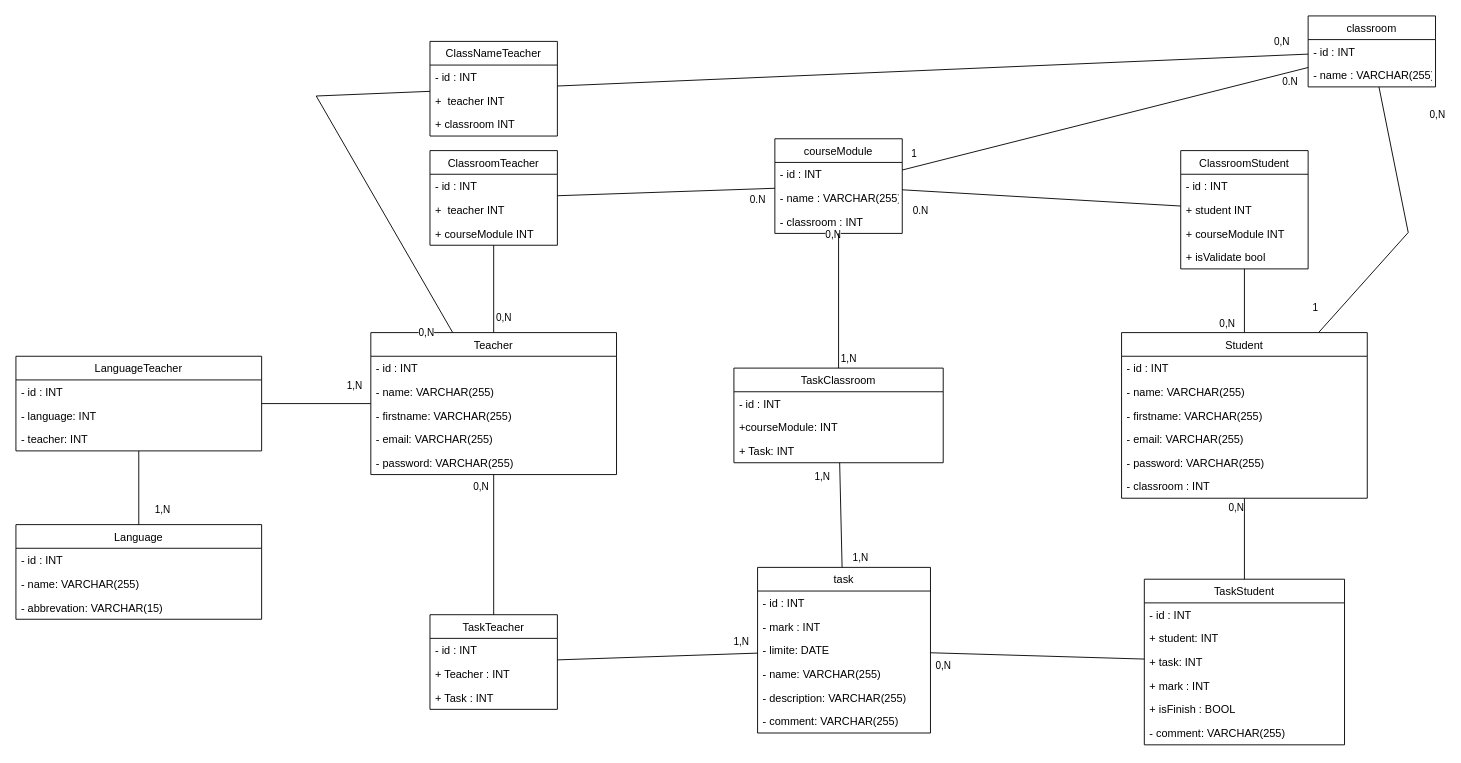
Daniere-Mathieu/D6-POO keeps this draw.io diagram as tp/diagramDatabase.drawio. Above is the earlier version. Source tidied: cells renumbered, new cells numbered last; positions are measured from the earlier drawing's top-left corner, leaving out a move shared by most shapes. Both pictures are drawn from the tidied source at 91%, with x=0, y=0 at pixel (15, 15).
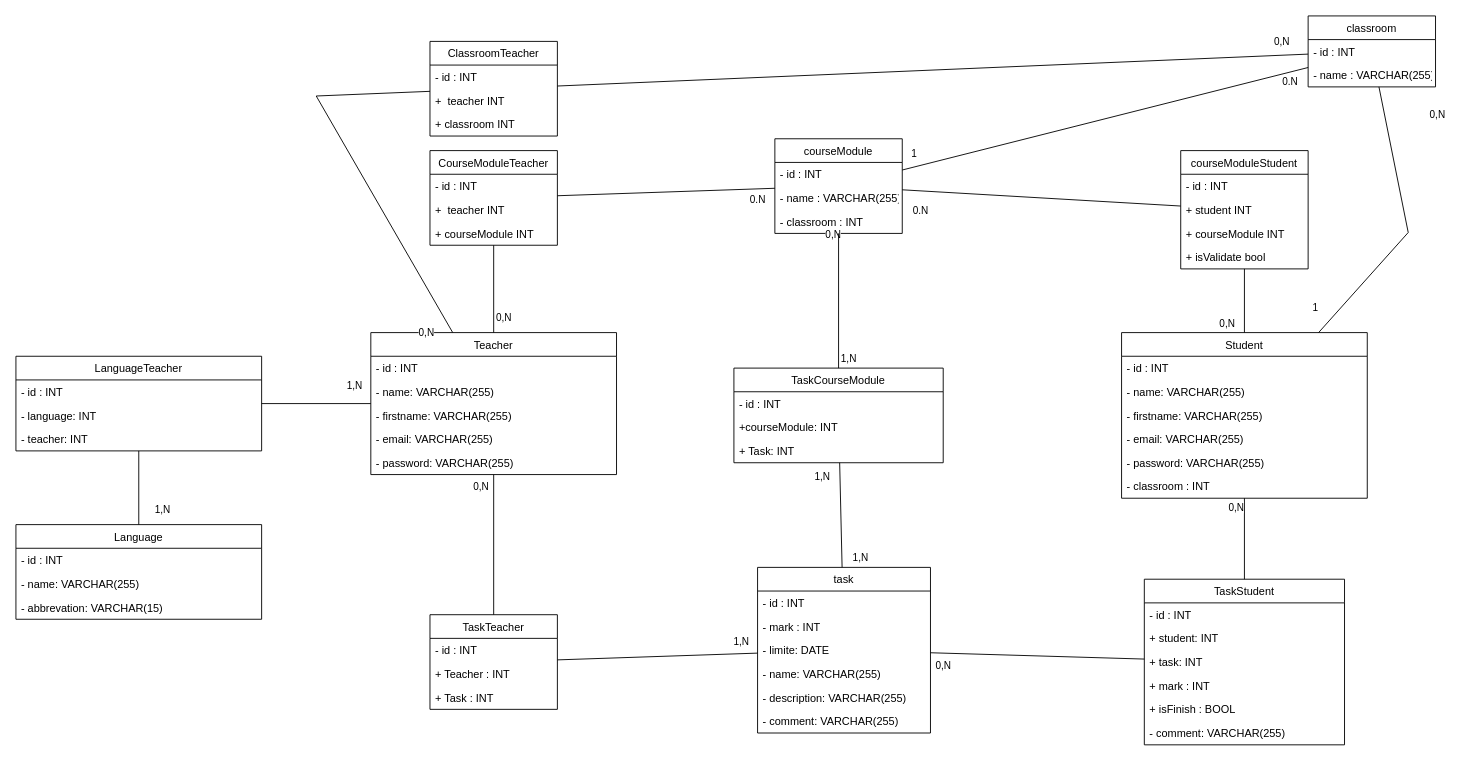
The same page after the edit.

Diff of the diagram source:
```diff
@@
-    <mxCell id="21" value="ClassroomStudent" style="swimlane;fontStyle=0;horizontal=1;startSize=26;fillColor=none;" parent="1" vertex="1">
+    <mxCell id="21" value="courseModuleStudent" style="swimlane;fontStyle=0;horizontal=1;startSize=26;fillColor=none;" parent="1" vertex="1">
       <mxGeometry x="1280" y="148" width="140" height="130" as="geometry" />
     </mxCell>
@@
-    <mxCell id="26" value="ClassroomTeacher" style="swimlane;fontStyle=0;horizontal=1;startSize=26;fillColor=none;" parent="1" vertex="1">
+    <mxCell id="26" value="CourseModuleTeacher" style="swimlane;fontStyle=0;horizontal=1;startSize=26;fillColor=none;" parent="1" vertex="1">
       <mxGeometry x="455" y="148" width="140" height="104" as="geometry" />
     </mxCell>
@@
-    <mxCell id="64" value="TaskClassroom" style="swimlane;fontStyle=0;horizontal=1;startSize=26;fillColor=none;" parent="1" vertex="1">
+    <mxCell id="64" value="TaskCourseModule" style="swimlane;fontStyle=0;horizontal=1;startSize=26;fillColor=none;" parent="1" vertex="1">
       <mxGeometry x="789" y="387" width="230" height="104" as="geometry" />
     </mxCell>
@@
-    <mxCell id="94" value="ClassNameTeacher" style="swimlane;fontStyle=0;horizontal=1;startSize=26;fillColor=none;" parent="1" vertex="1">
+    <mxCell id="94" value="ClassroomTeacher" style="swimlane;fontStyle=0;horizontal=1;startSize=26;fillColor=none;" parent="1" vertex="1">
       <mxGeometry x="455" y="28" width="140" height="104" as="geometry" />
     </mxCell>
```
